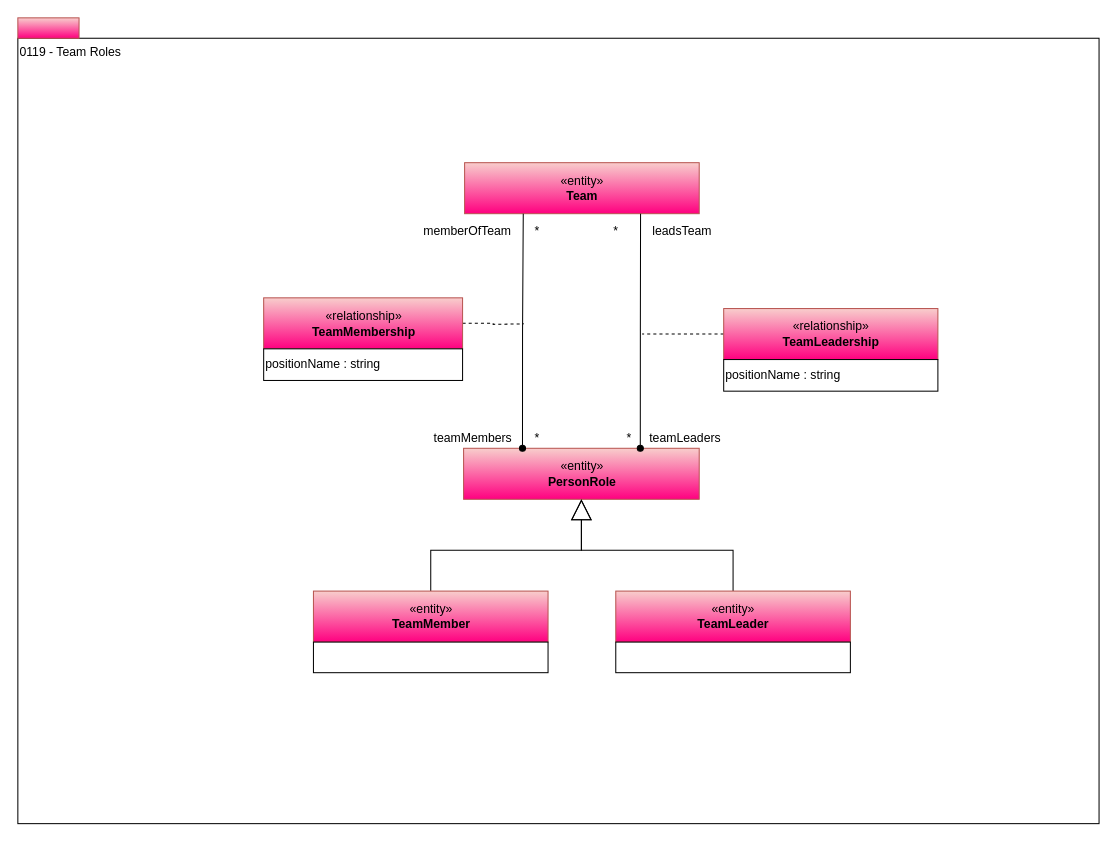
odpi/egeria-docs keeps this draw.io diagram as page "0119-Team-Roles" (8 of 16) of site/docs/types/1/area-1-collaboration.drawio. Above is the earlier version. Source tidied: cells renumbered, new cells numbered last; positions are measured from the earlier drawing's top-left corner, leaving out a move shared by most shapes. Both pictures are drawn from the tidied source at 102%, with x=0, y=0 at pixel (17, 17).
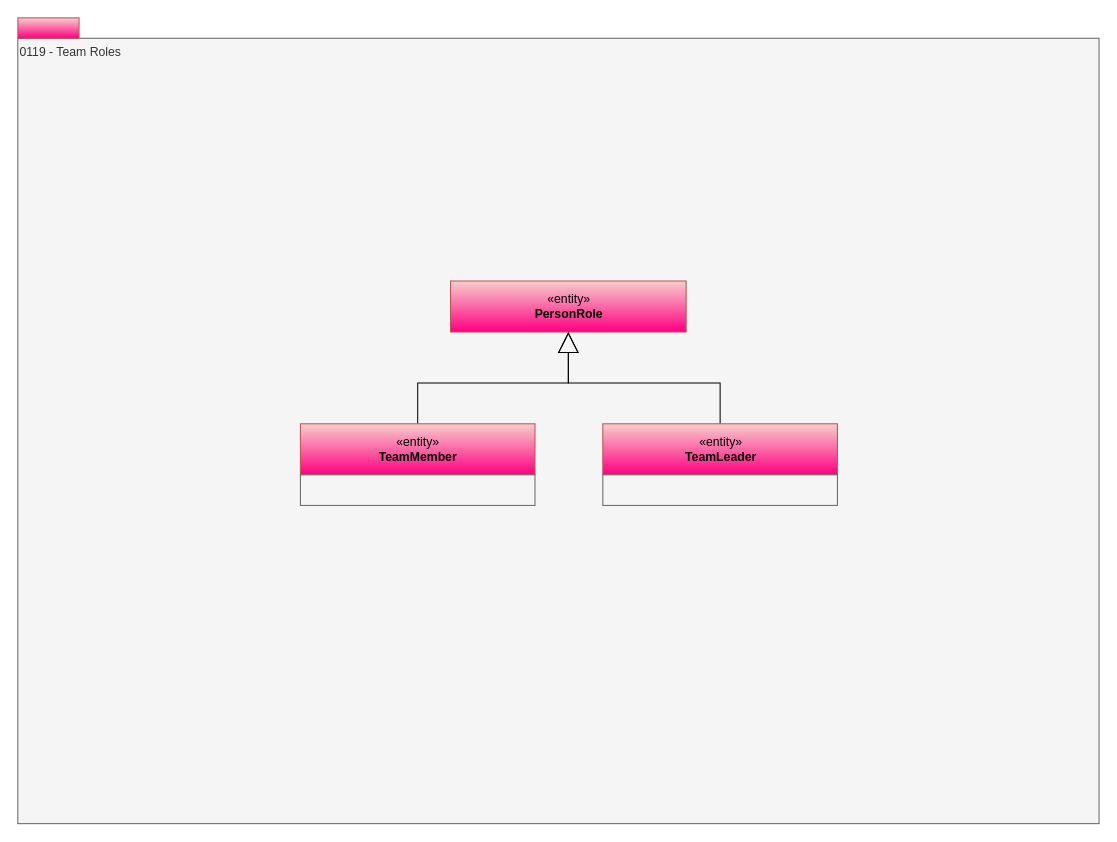
Above is the later version.

Diff of the diagram source:
```diff
@@
-    <mxCell id="2" value="0119 - Team Roles" style="rounded=0;whiteSpace=wrap;html=1;align=left;verticalAlign=top;" parent="1" vertex="1">
+    <mxCell id="2" value="0119 - Team Roles" style="rounded=0;whiteSpace=wrap;html=1;align=left;verticalAlign=top;fillColor=#f5f5f5;fontColor=#333333;strokeColor=#666666;" parent="1" vertex="1">
       <mxGeometry y="20" width="1060" height="770" as="geometry" />
     </mxCell>
-    <mxCell id="3" value="«entity»&lt;br&gt;&lt;b&gt;Team&lt;/b&gt;" style="html=1;strokeColor=#b85450;align=center;fillColor=#f8cecc;gradientColor=#FF0080;" parent="1" vertex="1">
-      <mxGeometry x="438" y="142" width="230" height="50" as="geometry" />
-    </mxCell>
@@
-    <mxCell id="5" style="edgeStyle=orthogonalEdgeStyle;rounded=0;html=1;exitX=0;exitY=0.5;endArrow=none;endFill=0;jettySize=auto;dashed=1;" parent="1" edge="1" source="6">
-      <mxGeometry relative="1" as="geometry">
-        <mxPoint x="612" y="310" as="targetPoint" />
-      </mxGeometry>
-    </mxCell>
-    <mxCell id="6" value="«relationship»&lt;br&gt;&lt;b&gt;TeamLeadership&lt;/b&gt;" style="html=1;strokeColor=#b85450;align=center;fillColor=#f8cecc;gradientColor=#FF0080;" parent="1" vertex="1">
-      <mxGeometry x="692" y="285" width="210" height="50" as="geometry" />
-    </mxCell>
-    <mxCell id="7" value="positionName : string" style="rounded=0;whiteSpace=wrap;html=1;strokeColor=#000000;gradientColor=#ffffff;align=left;" parent="1" vertex="1">
-      <mxGeometry x="692" y="335" width="210" height="31" as="geometry" />
-    </mxCell>
-    <mxCell id="8" value="*" style="text;html=1;align=center;verticalAlign=top;spacingTop=-4;" parent="1" vertex="1">
-      <mxGeometry x="576" y="199" width="20" height="20" as="geometry" />
-    </mxCell>
-    <mxCell id="9" value="*" style="text;html=1;align=center;verticalAlign=top;spacingTop=-4;" parent="1" vertex="1">
-      <mxGeometry x="589" y="402" width="20" height="20" as="geometry" />
-    </mxCell>
-    <mxCell id="10" value="leadsTeam" style="text;html=1;align=center;verticalAlign=top;spacingTop=-4;" parent="1" vertex="1">
-      <mxGeometry x="616" y="199" width="70" height="20" as="geometry" />
-    </mxCell>
-    <mxCell id="11" value="teamLeaders" style="text;html=1;align=center;verticalAlign=top;spacingTop=-4;" parent="1" vertex="1">
-      <mxGeometry x="609" y="402" width="90" height="20" as="geometry" />
-    </mxCell>
     <mxCell id="12" value="«entity»&lt;br&gt;&lt;b&gt;PersonRole&lt;/b&gt;" style="html=1;strokeColor=#b85450;align=center;fillColor=#f8cecc;gradientColor=#FF0080;" parent="1" vertex="1">
-      <mxGeometry x="437" y="422" width="231" height="50" as="geometry" />
+      <mxGeometry x="424.2" y="258" width="231" height="50" as="geometry" />
     </mxCell>
-    <mxCell id="13" style="edgeStyle=orthogonalEdgeStyle;rounded=0;html=1;exitX=1;exitY=0.5;dashed=1;endArrow=none;endFill=0;jettySize=auto;" parent="1" edge="1" source="14">
-      <mxGeometry relative="1" as="geometry">
-        <mxPoint x="496" y="300" as="targetPoint" />
-      </mxGeometry>
-    </mxCell>
-    <mxCell id="14" value="«relationship»&lt;br&gt;&lt;b&gt;TeamMembership&lt;/b&gt;" style="html=1;strokeColor=#b85450;align=center;fillColor=#f8cecc;gradientColor=#FF0080;" parent="1" vertex="1">
-      <mxGeometry x="241" y="274.5" width="195" height="50" as="geometry" />
-    </mxCell>
-    <mxCell id="15" value="positionName : string" style="rounded=0;whiteSpace=wrap;html=1;strokeColor=#000000;gradientColor=#ffffff;align=left;" parent="1" vertex="1">
-      <mxGeometry x="241" y="324.5" width="195" height="31" as="geometry" />
-    </mxCell>
-    <mxCell id="16" value="teamMembers" style="text;html=1;align=left;verticalAlign=top;spacingTop=-4;" parent="1" vertex="1">
-      <mxGeometry x="406" y="402" width="90" height="20" as="geometry" />
-    </mxCell>
-    <mxCell id="17" value="*" style="text;html=1;align=left;verticalAlign=top;spacingTop=-4;" parent="1" vertex="1">
-      <mxGeometry x="504.5" y="402" width="20" height="20" as="geometry" />
-    </mxCell>
-    <mxCell id="18" value="*" style="text;html=1;align=left;verticalAlign=top;spacingTop=-4;" parent="1" vertex="1">
-      <mxGeometry x="504.5" y="199" width="20" height="20" as="geometry" />
-    </mxCell>
-    <mxCell id="19" value="memberOfTeam" style="text;html=1;align=left;verticalAlign=top;spacingTop=-4;" parent="1" vertex="1">
-      <mxGeometry x="396" y="199" width="100" height="20" as="geometry" />
-    </mxCell>
@@
     <mxCell id="21" value="«entity»&lt;br&gt;&lt;b&gt;TeamMember&lt;/b&gt;" style="html=1;strokeColor=#b85450;align=center;fillColor=#f8cecc;gradientColor=#FF0080;" parent="1" vertex="1">
-      <mxGeometry x="289.8" y="562" width="230" height="50" as="geometry" />
+      <mxGeometry x="277" y="398" width="230" height="50" as="geometry" />
     </mxCell>
-    <mxCell id="22" style="rounded=0;whiteSpace=wrap;html=1;align=left;" parent="1" vertex="1">
-      <mxGeometry x="289.8" y="612" width="230" height="30" as="geometry" />
+    <mxCell id="22" style="rounded=0;whiteSpace=wrap;html=1;align=left;fillColor=#f5f5f5;fontColor=#333333;strokeColor=#666666;" parent="1" vertex="1">
+      <mxGeometry x="277" y="448" width="230" height="30" as="geometry" />
     </mxCell>
@@
     <mxCell id="24" value="«entity»&lt;br&gt;&lt;b&gt;TeamLeader&lt;/b&gt;" style="html=1;strokeColor=#b85450;align=center;fillColor=#f8cecc;gradientColor=#FF0080;" parent="1" vertex="1">
-      <mxGeometry x="586.2" y="562" width="230" height="50" as="geometry" />
+      <mxGeometry x="573.5" y="398" width="230" height="50" as="geometry" />
     </mxCell>
-    <mxCell id="25" style="rounded=0;whiteSpace=wrap;html=1;align=left;" parent="1" vertex="1">
-      <mxGeometry x="586.2" y="612" width="230" height="30" as="geometry" />
+    <mxCell id="25" style="rounded=0;whiteSpace=wrap;html=1;align=left;fillColor=#f5f5f5;fontColor=#333333;strokeColor=#666666;" parent="1" vertex="1">
+      <mxGeometry x="573.5" y="448" width="230" height="30" as="geometry" />
     </mxCell>
-    <mxCell id="26" style="edgeStyle=orthogonalEdgeStyle;rounded=0;html=1;exitX=0.25;exitY=0;entryX=0.25;entryY=1;endArrow=none;endFill=0;jettySize=auto;entryDx=0;entryDy=0;exitDx=0;exitDy=0;startArrow=oval;startFill=1;" parent="1" edge="1" source="12" target="3">
-      <mxGeometry relative="1" as="geometry" />
-    </mxCell>
-    <mxCell id="27" style="edgeStyle=orthogonalEdgeStyle;rounded=0;html=1;exitX=0.75;exitY=0;endArrow=none;endFill=0;jettySize=auto;entryX=0.75;entryY=1;entryDx=0;entryDy=0;exitDx=0;exitDy=0;startArrow=oval;startFill=1;" parent="1" edge="1" source="12" target="3">
-      <mxGeometry relative="1" as="geometry" />
-    </mxCell>
```
